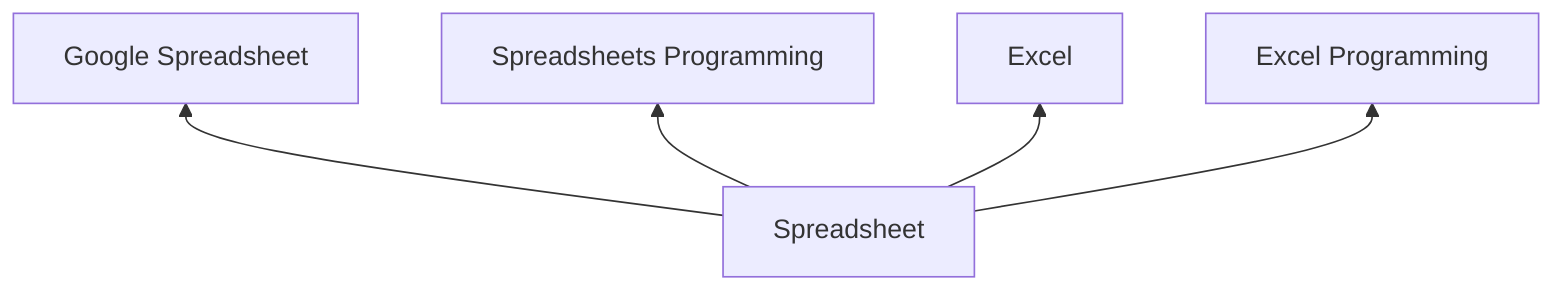
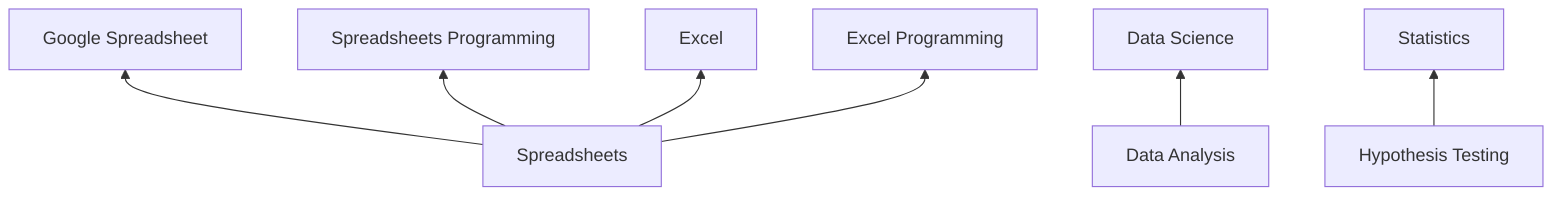
graph BT

-     Spreadsheet["Spreadsheet"] --> Google_Spreadsheet["Google Spreadsheet"]
-     Spreadsheet["Spreadsheet"] --> Spreadsheets_Programming["Spreadsheets Programming"]
-     Spreadsheet["Spreadsheet"] --> Excel["Excel"]
-     Spreadsheet["Spreadsheet"] --> Excel_Programming["Excel Programming"]
+     Spreadsheets["Spreadsheets"] --> Google_Spreadsheet["Google Spreadsheet"]
+     Spreadsheets["Spreadsheets"] --> Spreadsheets_Programming["Spreadsheets Programming"]
+     Spreadsheets["Spreadsheets"] --> Excel["Excel"]
+     Spreadsheets["Spreadsheets"] --> Excel_Programming["Excel Programming"]
+     Data_Analysis["Data Analysis"] --> Data_Science["Data Science"]
+     Hypothesis_Testing["Hypothesis Testing"] --> Statistics["Statistics"]
